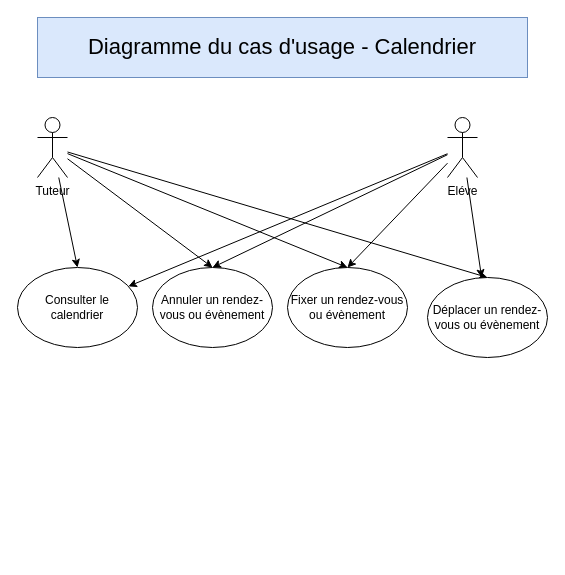
Before: page "Calendrier" (5 of 5) of P10Uml.drawio in tetyanachouteau/P10LHome, a draw.io diagram. Source tidied: cells renumbered, new cells numbered last; positions are measured from the earlier drawing's top-left corner, leaving out a move shared by most shapes. Both pictures are drawn from the tidied source at 100%, with x=0, y=0 at pixel (17, 17).
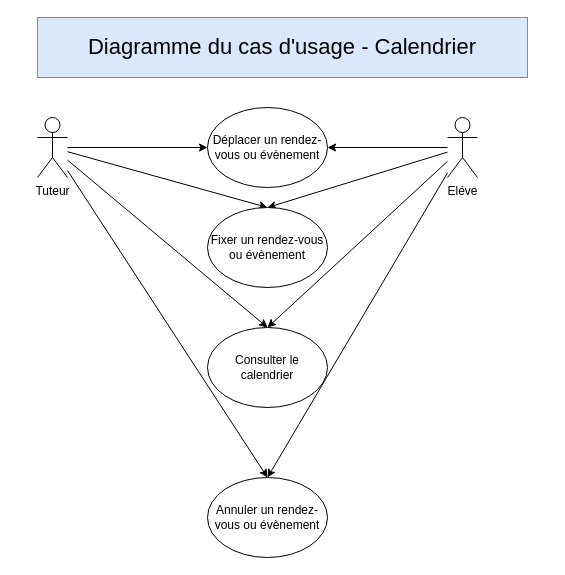
After the change.

Diff of the diagram source:
```diff
@@
 <mxGraphModel>
   <root>
     <mxCell id="0" />
     <mxCell id="1" parent="0" />
     <mxCell id="2" style="edgeStyle=none;rounded=0;jettySize=auto;html=1;entryX=0.5;entryY=0;entryDx=0;entryDy=0;" parent="1" edge="1" source="6" target="14">
       <mxGeometry relative="1" as="geometry" />
     </mxCell>
     <mxCell id="3" style="edgeStyle=none;rounded=0;jettySize=auto;html=1;entryX=0.5;entryY=0;entryDx=0;entryDy=0;" parent="1" edge="1" source="6" target="12">
       <mxGeometry relative="1" as="geometry" />
     </mxCell>
     <mxCell id="4" style="edgeStyle=none;rounded=0;jettySize=auto;html=1;entryX=0.5;entryY=0;entryDx=0;entryDy=0;" parent="1" edge="1" source="6" target="13">
       <mxGeometry relative="1" as="geometry" />
     </mxCell>
-    <mxCell id="5" style="edgeStyle=none;rounded=0;jettySize=auto;html=1;entryX=0.5;entryY=0;entryDx=0;entryDy=0;" parent="1" edge="1" source="6" target="15">
+    <mxCell id="5" style="edgeStyle=none;rounded=0;jettySize=auto;html=1;entryX=0;entryY=0.5;entryDx=0;entryDy=0;" parent="1" edge="1" source="6" target="15">
       <mxGeometry relative="1" as="geometry" />
     </mxCell>
     <mxCell id="6" value="Tuteur" style="shape=umlActor;verticalLabelPosition=bottom;verticalAlign=top;html=1;outlineConnect=0;" parent="1" vertex="1">
       <mxGeometry x="20" y="100" width="30" height="60" as="geometry" />
     </mxCell>
-    <mxCell id="7" style="rounded=0;jettySize=auto;html=1;" parent="1" edge="1" source="11" target="12">
+    <mxCell id="7" style="rounded=0;jettySize=auto;html=1;entryX=0.5;entryY=0;entryDx=0;entryDy=0;" parent="1" edge="1" source="11" target="12">
       <mxGeometry relative="1" as="geometry" />
     </mxCell>
     <mxCell id="8" style="rounded=0;jettySize=auto;html=1;entryX=0.5;entryY=0;entryDx=0;entryDy=0;" parent="1" edge="1" source="11" target="13">
       <mxGeometry relative="1" as="geometry" />
     </mxCell>
     <mxCell id="9" style="rounded=0;jettySize=auto;html=1;entryX=0.5;entryY=0;entryDx=0;entryDy=0;" parent="1" edge="1" source="11" target="14">
       <mxGeometry relative="1" as="geometry" />
     </mxCell>
     <mxCell id="10" style="rounded=0;jettySize=auto;html=1;" parent="1" edge="1" source="11" target="15">
       <mxGeometry relative="1" as="geometry" />
     </mxCell>
     <mxCell id="11" value="Eléve" style="shape=umlActor;verticalLabelPosition=bottom;verticalAlign=top;html=1;outlineConnect=0;" parent="1" vertex="1">
       <mxGeometry x="430" y="100" width="30" height="60" as="geometry" />
     </mxCell>
     <mxCell id="12" value="Consulter le calendrier" style="ellipse;whiteSpace=wrap;html=1;" parent="1" vertex="1">
-      <mxGeometry y="250" width="120" height="80" as="geometry" />
+      <mxGeometry x="190" y="310" width="120" height="80" as="geometry" />
     </mxCell>
     <mxCell id="13" value="Fixer un rendez-vous&lt;br&gt;ou évènement" style="ellipse;whiteSpace=wrap;html=1;" parent="1" vertex="1">
-      <mxGeometry x="270" y="250" width="120" height="80" as="geometry" />
+      <mxGeometry x="190" y="190" width="120" height="80" as="geometry" />
     </mxCell>
     <mxCell id="14" value="Annuler un rendez-vous ou évènement" style="ellipse;whiteSpace=wrap;html=1;" parent="1" vertex="1">
-      <mxGeometry x="135" y="250" width="120" height="80" as="geometry" />
+      <mxGeometry x="190" y="460" width="120" height="80" as="geometry" />
     </mxCell>
     <mxCell id="15" value="Déplacer un rendez-vous ou évènement" style="ellipse;whiteSpace=wrap;html=1;" parent="1" vertex="1">
-      <mxGeometry x="410" y="260" width="120" height="80" as="geometry" />
+      <mxGeometry x="190" y="90" width="120" height="80" as="geometry" />
     </mxCell>
     <mxCell id="16" value="&lt;font style=&quot;font-size: 22px;&quot;&gt;Diagramme du cas d'usage - Calendrier&lt;/font&gt;" style="rounded=0;whiteSpace=wrap;html=1;fillColor=#dae8fc;strokeColor=#6c8ebf;" parent="1" vertex="1">
       <mxGeometry x="20" width="490" height="60" as="geometry" />
     </mxCell>
   </root>
 </mxGraphModel>
```
